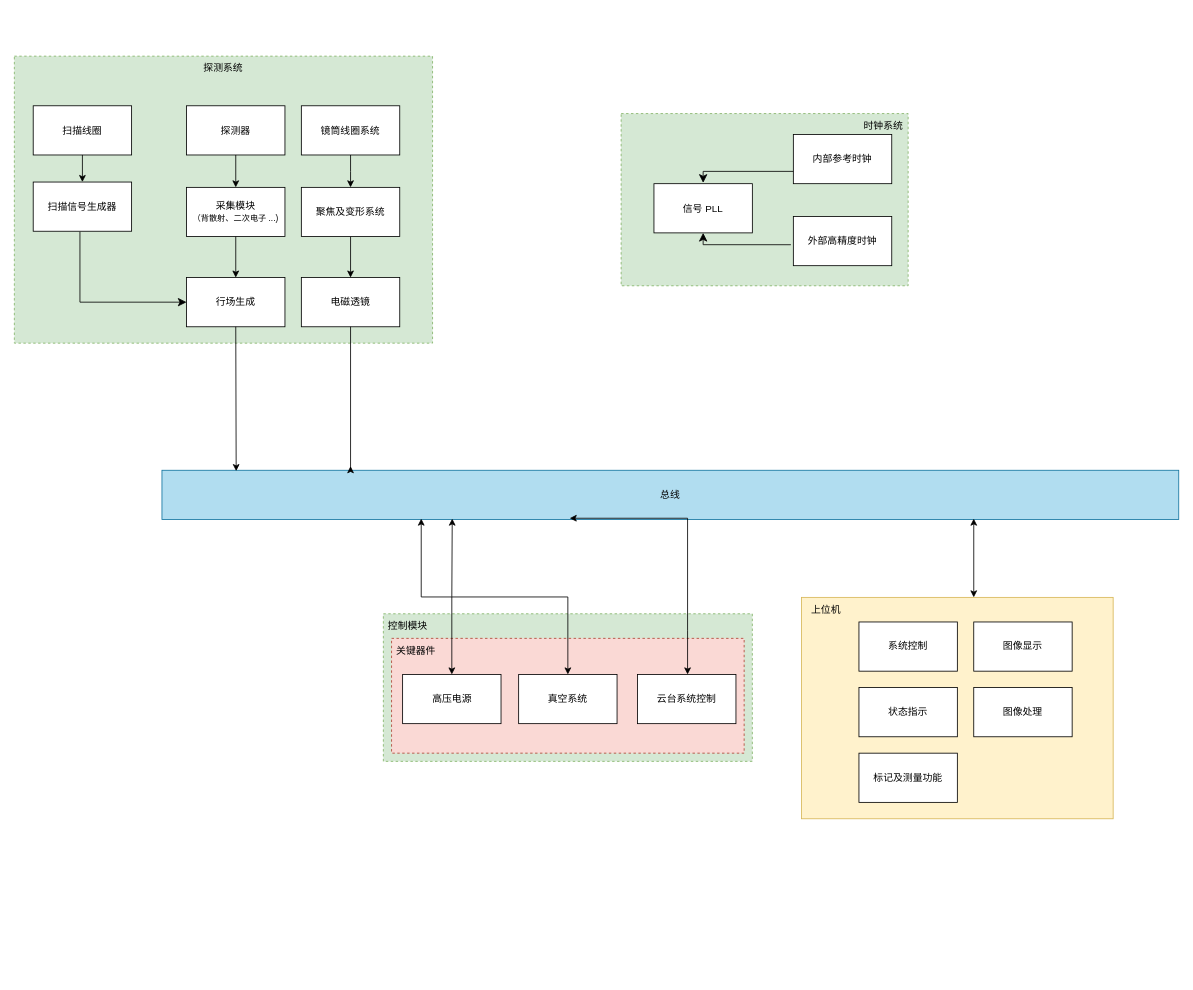
Earlier version of the draw.io diagram 系统结构图.drawio (SolarAA-11/drawio). Source tidied: cells renumbered, new cells numbered last; positions are measured from the earlier drawing's top-left corner, leaving out a move shared by most shapes. Both pictures are drawn from the tidied source at 82%, with x=0, y=0 at pixel (14, 56).
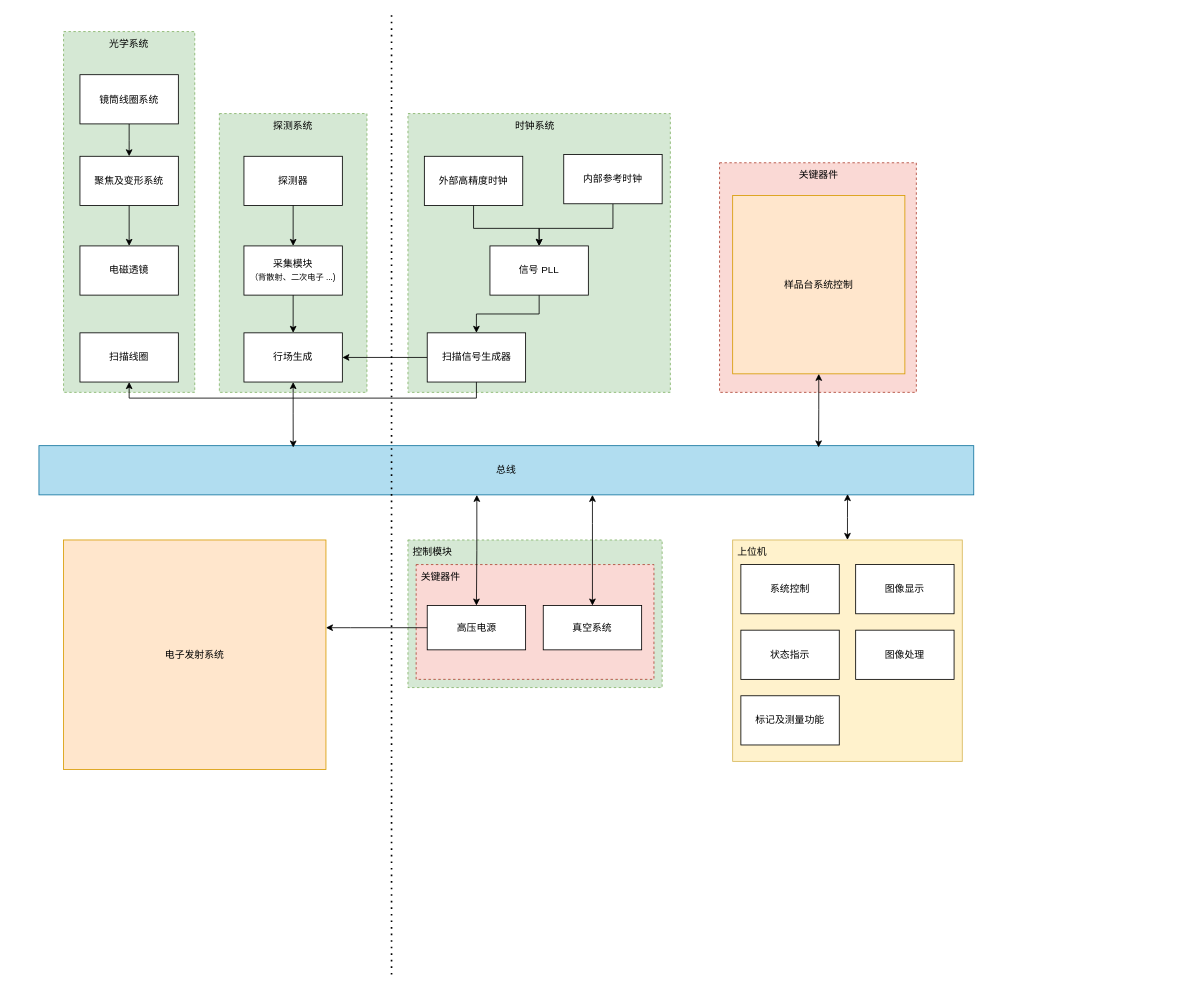
The same page after the edit.

Commit message:
更新系统结构图.drawio

Diff of the diagram source:
```diff
@@
+    <mxCell id="46" style="rounded=0;whiteSpace=wrap;html=1;fillColor=#fad9d5;dashed=1;strokeColor=#ae4132;" parent="1" vertex="1">
+      <mxGeometry x="860" y="130" width="240" height="280" as="geometry" />
+    </mxCell>
+    <mxCell id="47" style="rounded=0;whiteSpace=wrap;html=1;dashed=1;fillColor=#d5e8d4;strokeColor=#82b366;" parent="1" vertex="1">
+      <mxGeometry x="60" y="-30" width="160" height="440" as="geometry" />
+    </mxCell>
     <mxCell id="2" style="rounded=0;whiteSpace=wrap;html=1;dashed=1;fillColor=#d5e8d4;strokeColor=#82b366;" parent="1" vertex="1">
-      <mxGeometry x="450" y="680" width="450" height="180" as="geometry" />
+      <mxGeometry x="480" y="590" width="310" height="180" as="geometry" />
     </mxCell>
     <mxCell id="3" style="rounded=0;whiteSpace=wrap;html=1;fillColor=#fad9d5;strokeColor=#ae4132;dashed=1;" parent="1" vertex="1">
-      <mxGeometry x="460" y="710" width="430" height="140" as="geometry" />
+      <mxGeometry x="490" y="620" width="290" height="140" as="geometry" />
     </mxCell>
     <mxCell id="4" style="rounded=0;whiteSpace=wrap;html=1;fillColor=#d5e8d4;dashed=1;strokeColor=#82b366;" parent="1" vertex="1">
-      <mxGeometry width="510" height="350" as="geometry" />
+      <mxGeometry x="250" y="70" width="180" height="340" as="geometry" />
     </mxCell>
     <mxCell id="5" style="rounded=0;whiteSpace=wrap;html=1;fillColor=#d5e8d4;dashed=1;strokeColor=#82b366;" parent="1" vertex="1">
-      <mxGeometry x="740" y="70" width="350" height="210" as="geometry" />
+      <mxGeometry x="480" y="70" width="320" height="340" as="geometry" />
     </mxCell>
+    <mxCell id="48" style="edgeStyle=orthogonalEdgeStyle;rounded=0;jettySize=auto;html=1;entryX=0.5;entryY=0;entryDx=0;entryDy=0;startArrow=classic;startFill=1;" parent="1" edge="1" source="6" target="8">
+      <mxGeometry relative="1" as="geometry">
+        <Array as="points">
+          <mxPoint x="564" y="603" />
+          <mxPoint x="564" y="603" />
+        </Array>
+      </mxGeometry>
+    </mxCell>
+    <mxCell id="49" style="edgeStyle=orthogonalEdgeStyle;rounded=0;jettySize=auto;html=1;entryX=0.5;entryY=0;entryDx=0;entryDy=0;startArrow=classic;startFill=1;" parent="1" edge="1" source="6" target="9">
+      <mxGeometry relative="1" as="geometry">
+        <Array as="points">
+          <mxPoint x="705" y="570" />
+          <mxPoint x="705" y="570" />
+        </Array>
+      </mxGeometry>
+    </mxCell>
     <mxCell id="6" value="总线" style="rounded=0;whiteSpace=wrap;html=1;fillColor=#b1ddf0;strokeColor=#10739e;" parent="1" vertex="1">
-      <mxGeometry x="180" y="505" width="1240" height="60" as="geometry" />
+      <mxGeometry x="30" y="475" width="1140" height="60" as="geometry" />
     </mxCell>
     <mxCell id="7" value="电磁透镜" style="rounded=0;whiteSpace=wrap;html=1;" parent="1" vertex="1">
-      <mxGeometry x="350" y="270" width="120" height="60" as="geometry" />
+      <mxGeometry x="80" y="231.4" width="120" height="60" as="geometry" />
     </mxCell>
     <mxCell id="8" value="高压电源" style="rounded=0;whiteSpace=wrap;html=1;" parent="1" vertex="1">
-      <mxGeometry x="473.5" y="754" width="120" height="60" as="geometry" />
+      <mxGeometry x="503.5" y="670" width="120" height="54" as="geometry" />
     </mxCell>
     <mxCell id="9" value="真空系统" style="rounded=0;whiteSpace=wrap;html=1;" parent="1" vertex="1">
-      <mxGeometry x="615" y="754" width="120" height="60" as="geometry" />
+      <mxGeometry x="645" y="670" width="120" height="54" as="geometry" />
     </mxCell>
-    <mxCell id="10" value="云台系统控制" style="rounded=0;whiteSpace=wrap;html=1;" parent="1" vertex="1">
-      <mxGeometry x="760" y="754" width="120" height="60" as="geometry" />
+    <mxCell id="10" value="样品台系统控制" style="rounded=0;whiteSpace=wrap;html=1;fillColor=#ffe6cc;strokeColor=#d79b00;" parent="1" vertex="1">
+      <mxGeometry x="876" y="170" width="210" height="217.4" as="geometry" />
     </mxCell>
     <mxCell id="11" value="控制模块" style="text;html=1;strokeColor=none;fillColor=none;align=center;verticalAlign=middle;whiteSpace=wrap;rounded=0;" parent="1" vertex="1">
-      <mxGeometry x="450" y="680" width="60" height="30" as="geometry" />
+      <mxGeometry x="480" y="590" width="60" height="30" as="geometry" />
     </mxCell>
     <mxCell id="12" value="扫描线圈" style="rounded=0;whiteSpace=wrap;html=1;" parent="1" vertex="1">
-      <mxGeometry x="23" y="60.5" width="120" height="60" as="geometry" />
+      <mxGeometry x="80" y="337.4" width="120" height="60" as="geometry" />
     </mxCell>
+    <mxCell id="50" style="edgeStyle=orthogonalEdgeStyle;rounded=0;jettySize=auto;html=1;" parent="1" edge="1" source="13" target="21">
+      <mxGeometry relative="1" as="geometry" />
+    </mxCell>
     <mxCell id="13" value="信号 PLL" style="rounded=0;whiteSpace=wrap;html=1;" parent="1" vertex="1">
-      <mxGeometry x="780" y="155.5" width="120" height="60" as="geometry" />
+      <mxGeometry x="580" y="231.4" width="120" height="60" as="geometry" />
     </mxCell>
+    <mxCell id="51" style="edgeStyle=orthogonalEdgeStyle;rounded=0;jettySize=auto;html=1;entryX=0.5;entryY=0;entryDx=0;entryDy=0;" parent="1" edge="1" source="14" target="13">
+      <mxGeometry relative="1" as="geometry">
+        <Array as="points">
+          <mxPoint x="730" y="210" />
+          <mxPoint x="640" y="210" />
+        </Array>
+      </mxGeometry>
+    </mxCell>
     <mxCell id="14" value="内部参考时钟" style="rounded=0;whiteSpace=wrap;html=1;" parent="1" vertex="1">
-      <mxGeometry x="950" y="95.5" width="120" height="60" as="geometry" />
+      <mxGeometry x="670" y="120" width="120" height="60" as="geometry" />
     </mxCell>
+    <mxCell id="16" style="edgeStyle=orthogonalEdgeStyle;rounded=0;jettySize=auto;html=1;" parent="1" edge="1" source="15" target="13">
+      <mxGeometry relative="1" as="geometry">
+        <Array as="points">
+          <mxPoint x="560" y="210" />
+          <mxPoint x="640" y="210" />
+        </Array>
+      </mxGeometry>
+    </mxCell>
     <mxCell id="15" value="外部高精度时钟" style="rounded=0;whiteSpace=wrap;html=1;" parent="1" vertex="1">
-      <mxGeometry x="950" y="195.5" width="120" height="60" as="geometry" />
+      <mxGeometry x="500" y="122.1" width="120" height="60" as="geometry" />
     </mxCell>
-    <mxCell id="16" style="edgeStyle=segmentEdgeStyle;endArrow=classic;html=1;curved=0;rounded=0;endSize=8;startSize=8;entryX=0.5;entryY=1;entryDx=0;entryDy=0;exitX=-0.025;exitY=0.574;exitDx=0;exitDy=0;exitPerimeter=0;" parent="1" edge="1" source="15" target="13">
-      <mxGeometry relative="1" as="geometry" />
-    </mxCell>
-    <mxCell id="17" style="edgeStyle=segmentEdgeStyle;endArrow=classic;html=1;curved=0;rounded=0;endSize=8;startSize=8;exitX=0;exitY=0.75;exitDx=0;exitDy=0;" parent="1" edge="1" source="14">
-      <mxGeometry relative="1" as="geometry">
-        <mxPoint x="840" y="154.5" as="targetPoint" />
-        <Array as="points">
-          <mxPoint x="840" y="140.5" />
-          <mxPoint x="840" y="154.5" />
-        </Array>
-      </mxGeometry>
-    </mxCell>
     <mxCell id="18" value="探测系统" style="text;html=1;strokeColor=none;fillColor=none;align=center;verticalAlign=middle;whiteSpace=wrap;rounded=0;" parent="1" vertex="1">
-      <mxGeometry x="225" width="60" height="30" as="geometry" />
+      <mxGeometry x="310" y="70" width="60" height="30" as="geometry" />
     </mxCell>
     <mxCell id="19" value="时钟系统" style="text;html=1;strokeColor=none;fillColor=none;align=center;verticalAlign=middle;whiteSpace=wrap;rounded=0;" parent="1" vertex="1">
-      <mxGeometry x="1030" y="70" width="60" height="30" as="geometry" />
+      <mxGeometry x="605" y="70" width="60" height="30" as="geometry" />
     </mxCell>
     <mxCell id="20" value="行场生成" style="rounded=0;whiteSpace=wrap;html=1;" parent="1" vertex="1">
-      <mxGeometry x="210" y="270" width="120" height="60" as="geometry" />
+      <mxGeometry x="280" y="337.4" width="120" height="60" as="geometry" />
     </mxCell>
+    <mxCell id="25" style="edgeStyle=orthogonalEdgeStyle;rounded=0;jettySize=auto;html=1;entryX=1;entryY=0.5;entryDx=0;entryDy=0;" parent="1" edge="1" source="21" target="20">
+      <mxGeometry relative="1" as="geometry" />
+    </mxCell>
+    <mxCell id="52" style="edgeStyle=orthogonalEdgeStyle;rounded=0;jettySize=auto;html=1;entryX=0.5;entryY=1;entryDx=0;entryDy=0;exitX=0.5;exitY=1;exitDx=0;exitDy=0;" parent="1" edge="1" source="21" target="12">
+      <mxGeometry relative="1" as="geometry">
+        <Array as="points">
+          <mxPoint x="564" y="417" />
+          <mxPoint x="140" y="417" />
+        </Array>
+      </mxGeometry>
+    </mxCell>
     <mxCell id="21" value="扫描信号生成器" style="rounded=0;whiteSpace=wrap;html=1;" parent="1" vertex="1">
-      <mxGeometry x="23" y="153.5" width="120" height="60" as="geometry" />
+      <mxGeometry x="503.5" y="337.4" width="120" height="60" as="geometry" />
     </mxCell>
     <mxCell id="22" value="采集模块&lt;br&gt;&lt;font style=&quot;font-size: 10px;&quot;&gt;（背散射、二次电子 ...)&lt;/font&gt;" style="rounded=0;whiteSpace=wrap;html=1;" parent="1" vertex="1">
-      <mxGeometry x="210" y="160" width="120" height="60" as="geometry" />
+      <mxGeometry x="280" y="231.4" width="120" height="60" as="geometry" />
     </mxCell>
     <mxCell id="23" value="探测器" style="rounded=0;whiteSpace=wrap;html=1;" parent="1" vertex="1">
-      <mxGeometry x="210" y="60.5" width="120" height="60" as="geometry" />
+      <mxGeometry x="280" y="122.1" width="120" height="60" as="geometry" />
     </mxCell>
-    <mxCell id="24" style="endArrow=classic;html=1;rounded=0;exitX=0.5;exitY=1;exitDx=0;exitDy=0;" parent="1" edge="1" source="12" target="21">
-      <mxGeometry relative="1" as="geometry" />
-    </mxCell>
-    <mxCell id="25" style="edgeStyle=elbowEdgeStyle;elbow=horizontal;endArrow=classic;html=1;curved=0;rounded=0;endSize=8;startSize=8;entryX=0;entryY=0.5;entryDx=0;entryDy=0;exitX=0.475;exitY=1.01;exitDx=0;exitDy=0;exitPerimeter=0;" parent="1" edge="1" source="21" target="20">
-      <mxGeometry relative="1" as="geometry">
-        <Array as="points">
-          <mxPoint x="80" y="310" />
-        </Array>
-      </mxGeometry>
-    </mxCell>
@@
-    <mxCell id="28" style="endArrow=classic;html=1;rounded=0;exitX=0.5;exitY=1;exitDx=0;exitDy=0;entryX=0.073;entryY=0.017;entryDx=0;entryDy=0;entryPerimeter=0;" parent="1" edge="1" source="20" target="6">
-      <mxGeometry relative="1" as="geometry" />
-    </mxCell>
     <mxCell id="29" value="关键器件" style="text;html=1;strokeColor=none;fillColor=none;align=center;verticalAlign=middle;whiteSpace=wrap;rounded=0;" parent="1" vertex="1">
-      <mxGeometry x="460" y="710" width="60" height="30" as="geometry" />
+      <mxGeometry x="490" y="620" width="60" height="30" as="geometry" />
     </mxCell>
     <mxCell id="30" style="rounded=0;whiteSpace=wrap;html=1;fillColor=#fff2cc;strokeColor=#d6b656;" parent="1" vertex="1">
-      <mxGeometry x="960" y="660" width="380" height="270" as="geometry" />
+      <mxGeometry x="876" y="590" width="280" height="270" as="geometry" />
     </mxCell>
     <mxCell id="31" value="系统控制" style="rounded=0;whiteSpace=wrap;html=1;" parent="1" vertex="1">
-      <mxGeometry x="1030" y="690" width="120" height="60" as="geometry" />
+      <mxGeometry x="886" y="620" width="120" height="60" as="geometry" />
     </mxCell>
     <mxCell id="32" value="图像显示" style="rounded=0;whiteSpace=wrap;html=1;" parent="1" vertex="1">
-      <mxGeometry x="1170" y="690" width="120" height="60" as="geometry" />
+      <mxGeometry x="1026" y="620" width="120" height="60" as="geometry" />
     </mxCell>
     <mxCell id="33" value="状态指示" style="rounded=0;whiteSpace=wrap;html=1;" parent="1" vertex="1">
-      <mxGeometry x="1030" y="770" width="120" height="60" as="geometry" />
+      <mxGeometry x="886" y="700" width="120" height="60" as="geometry" />
     </mxCell>
     <mxCell id="34" value="图像处理" style="rounded=0;whiteSpace=wrap;html=1;" parent="1" vertex="1">
-      <mxGeometry x="1170" y="770" width="120" height="60" as="geometry" />
+      <mxGeometry x="1026" y="700" width="120" height="60" as="geometry" />
     </mxCell>
     <mxCell id="35" value="标记及测量功能" style="rounded=0;whiteSpace=wrap;html=1;" parent="1" vertex="1">
-      <mxGeometry x="1030" y="850" width="120" height="60" as="geometry" />
+      <mxGeometry x="886" y="780" width="120" height="60" as="geometry" />
     </mxCell>
     <mxCell id="36" value="上位机" style="text;html=1;strokeColor=none;fillColor=none;align=center;verticalAlign=middle;whiteSpace=wrap;rounded=0;" parent="1" vertex="1">
-      <mxGeometry x="960" y="660" width="60" height="30" as="geometry" />
+      <mxGeometry x="870" y="590" width="60" height="30" as="geometry" />
     </mxCell>
-    <mxCell id="37" style="edgeStyle=orthogonalEdgeStyle;rounded=0;jettySize=auto;html=1;startArrow=classic;startFill=1;" parent="1" edge="1" source="30">
-      <mxGeometry relative="1" as="geometry">
-        <mxPoint x="1170" y="564" as="targetPoint" />
-        <Array as="points">
-          <mxPoint x="1170" y="564" />
-        </Array>
-      </mxGeometry>
-    </mxCell>
-    <mxCell id="38" style="edgeStyle=orthogonalEdgeStyle;rounded=0;jettySize=auto;html=1;" parent="1" edge="1" source="7">
-      <mxGeometry relative="1" as="geometry">
-        <mxPoint x="410" y="500" as="targetPoint" />
-        <Array as="points">
-          <mxPoint x="410" y="506" />
-        </Array>
-      </mxGeometry>
-    </mxCell>
@@
     <mxCell id="40" value="镜筒线圈系统" style="rounded=0;whiteSpace=wrap;html=1;" parent="1" vertex="1">
-      <mxGeometry x="350" y="60.5" width="120" height="60" as="geometry" />
+      <mxGeometry x="80" y="22.6" width="120" height="60" as="geometry" />
     </mxCell>
@@
     <mxCell id="42" value="聚焦及变形系统" style="rounded=0;whiteSpace=wrap;html=1;" parent="1" vertex="1">
-      <mxGeometry x="350" y="160" width="120" height="60" as="geometry" />
+      <mxGeometry x="80" y="122.1" width="120" height="60" as="geometry" />
     </mxCell>
-    <mxCell id="43" style="edgeStyle=orthogonalEdgeStyle;rounded=0;jettySize=auto;html=1;startArrow=classic;startFill=1;" parent="1" edge="1" source="8">
-      <mxGeometry relative="1" as="geometry">
-        <mxPoint x="534" y="564" as="targetPoint" />
-        <Array as="points">
-          <mxPoint x="534" y="659" />
-          <mxPoint x="534" y="564" />
-        </Array>
-      </mxGeometry>
-    </mxCell>
-    <mxCell id="44" style="edgeStyle=orthogonalEdgeStyle;rounded=0;jettySize=auto;html=1;entryX=0.255;entryY=0.983;entryDx=0;entryDy=0;entryPerimeter=0;startArrow=classic;startFill=1;" parent="1" edge="1" source="9" target="6">
-      <mxGeometry relative="1" as="geometry" />
-    </mxCell>
+    <mxCell id="53" value="光学系统" style="text;html=1;strokeColor=none;fillColor=none;align=center;verticalAlign=middle;whiteSpace=wrap;rounded=0;" parent="1" vertex="1">
+      <mxGeometry x="110" y="-30" width="60" height="30" as="geometry" />
+    </mxCell>
+    <mxCell id="54" value="电子发射系统" style="rounded=0;whiteSpace=wrap;html=1;fillColor=#ffe6cc;strokeColor=#d79b00;" parent="1" vertex="1">
+      <mxGeometry x="60" y="590" width="320" height="280" as="geometry" />
+    </mxCell>
+    <mxCell id="55" style="endArrow=none;dashed=1;html=1;dashPattern=1 3;strokeWidth=2;rounded=0;" parent="1" edge="1">
+      <mxGeometry relative="1" as="geometry">
+        <mxPoint x="460" y="1120" as="sourcePoint" />
+        <mxPoint x="460" y="-50" as="targetPoint" />
+      </mxGeometry>
+    </mxCell>
+    <mxCell id="56" style="edgeStyle=orthogonalEdgeStyle;rounded=0;jettySize=auto;html=1;entryX=0.865;entryY=0.983;entryDx=0;entryDy=0;entryPerimeter=0;startArrow=classic;startFill=1;" parent="1" edge="1" source="30" target="6">
+      <mxGeometry relative="1" as="geometry" />
+    </mxCell>
+    <mxCell id="28" style="edgeStyle=orthogonalEdgeStyle;rounded=0;jettySize=auto;html=1;entryX=0.272;entryY=0.038;entryDx=0;entryDy=0;entryPerimeter=0;startArrow=classic;startFill=1;" parent="1" edge="1" source="20" target="6">
+      <mxGeometry relative="1" as="geometry" />
+    </mxCell>
-    <mxCell id="45" style="edgeStyle=orthogonalEdgeStyle;rounded=0;jettySize=auto;html=1;entryX=0.401;entryY=0.975;entryDx=0;entryDy=0;entryPerimeter=0;startArrow=classic;startFill=1;" parent="1" edge="1" source="10" target="6">
-      <mxGeometry relative="1" as="geometry">
-        <Array as="points">
-          <mxPoint x="821" y="700" />
-          <mxPoint x="821" y="700" />
-        </Array>
-      </mxGeometry>
+    <mxCell id="45" style="edgeStyle=orthogonalEdgeStyle;rounded=0;jettySize=auto;html=1;entryX=0.834;entryY=0.036;entryDx=0;entryDy=0;entryPerimeter=0;startArrow=classic;startFill=1;" parent="1" edge="1" source="10" target="6">
+      <mxGeometry relative="1" as="geometry" />
     </mxCell>
+    <mxCell id="57" style="edgeStyle=orthogonalEdgeStyle;rounded=0;jettySize=auto;html=1;" parent="1" edge="1" source="8" target="54">
+      <mxGeometry relative="1" as="geometry">
+        <Array as="points">
+          <mxPoint x="410" y="697" />
+          <mxPoint x="410" y="697" />
+        </Array>
+      </mxGeometry>
+    </mxCell>
+    <mxCell id="58" value="关键器件" style="text;html=1;strokeColor=none;fillColor=none;align=center;verticalAlign=middle;whiteSpace=wrap;rounded=0;" parent="1" vertex="1">
+      <mxGeometry x="951" y="130" width="60" height="30" as="geometry" />
+    </mxCell>
```
